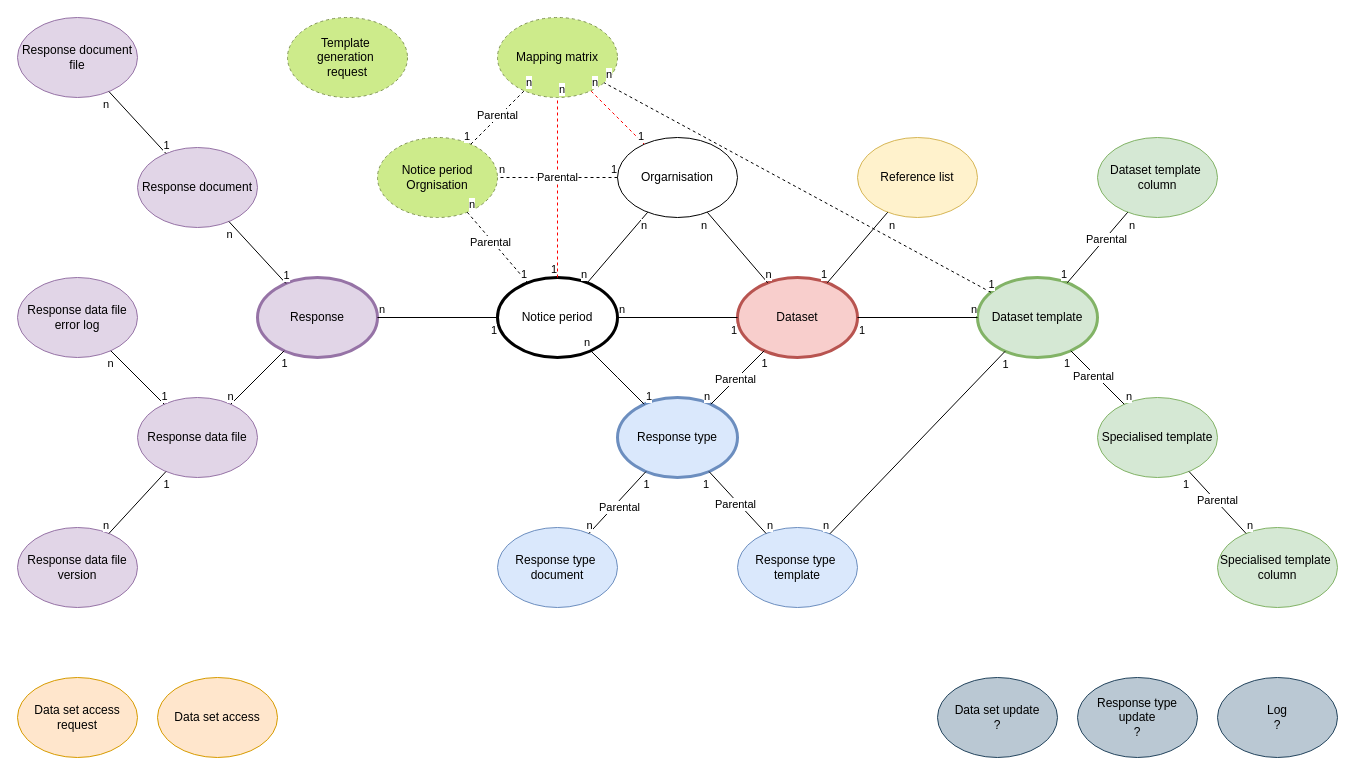
danieldotskc/helloworld keeps this draw.io diagram as page "Table diagram" (5 of 6) of Data portal.drawio. Above is the earlier version. Source tidied: cells renumbered, new cells numbered last; positions are measured from the earlier drawing's top-left corner, leaving out a move shared by most shapes. Both pictures are drawn from the tidied source at 100%, with x=0, y=0 at pixel (17, 17).
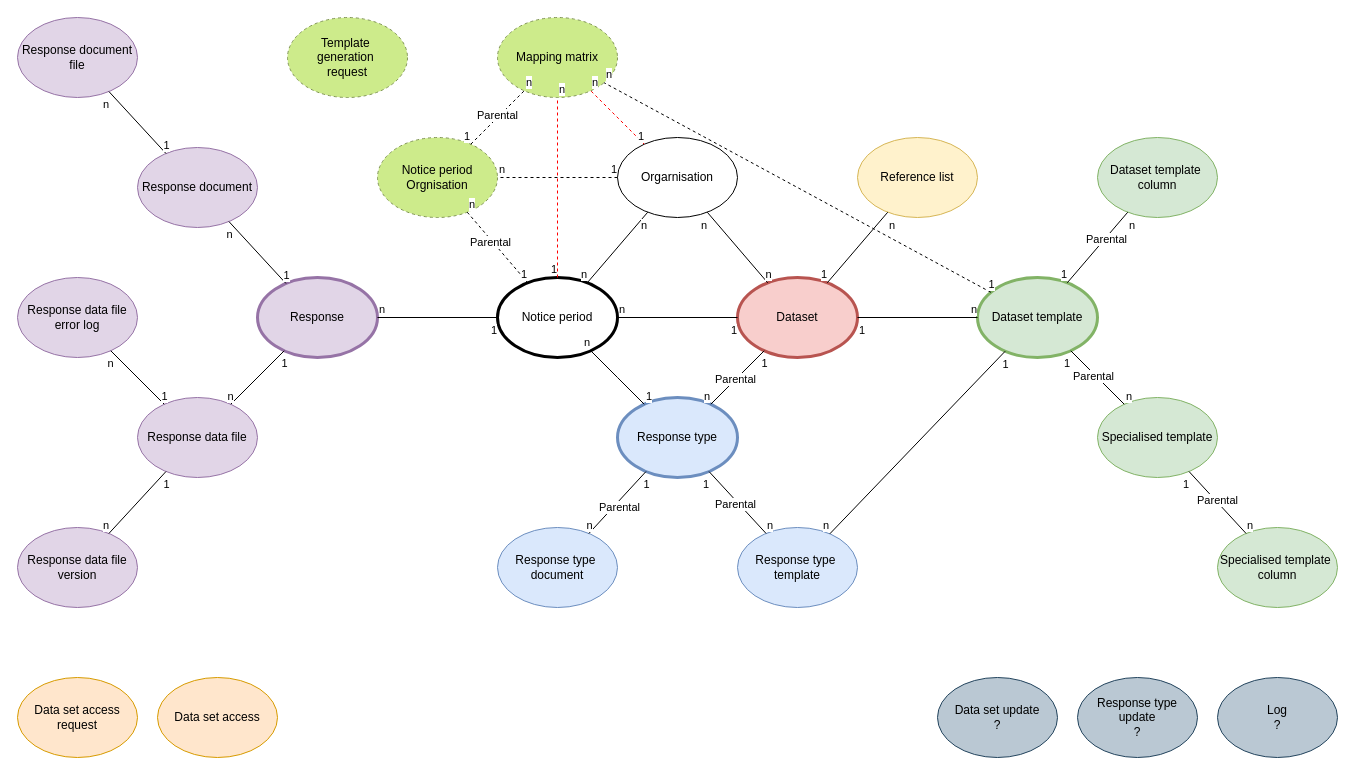
The same page after the edit.

Unchanged cells that the change refers to:
```xml
<mxCell id="9" value="Orgarnisation" style="ellipse;whiteSpace=wrap;html=1;" parent="1" vertex="1">
  <mxGeometry x="600" y="120" width="120" height="80" as="geometry" />
</mxCell>
<mxCell id="98" value="Notice period Orgnisation" style="ellipse;whiteSpace=wrap;html=1;strokeWidth=1;fillColor=#cdeb8b;strokeColor=#819556;dashed=1;" parent="1" vertex="1">
  <mxGeometry x="360" y="120" width="120" height="80" as="geometry" />
</mxCell>
```

The edit, as a diff of the source:
```diff
@@
-    <mxCell id="103" value="Parental" style="endArrow=none;html=1;rounded=0;endFill=0;dashed=1;" parent="1" edge="1" source="9" target="98">
+    <mxCell id="103" style="endArrow=none;html=1;rounded=0;endFill=0;dashed=1;" parent="1" edge="1" source="9" target="98">
       <mxGeometry relative="1" as="geometry" />
     </mxCell>
```
